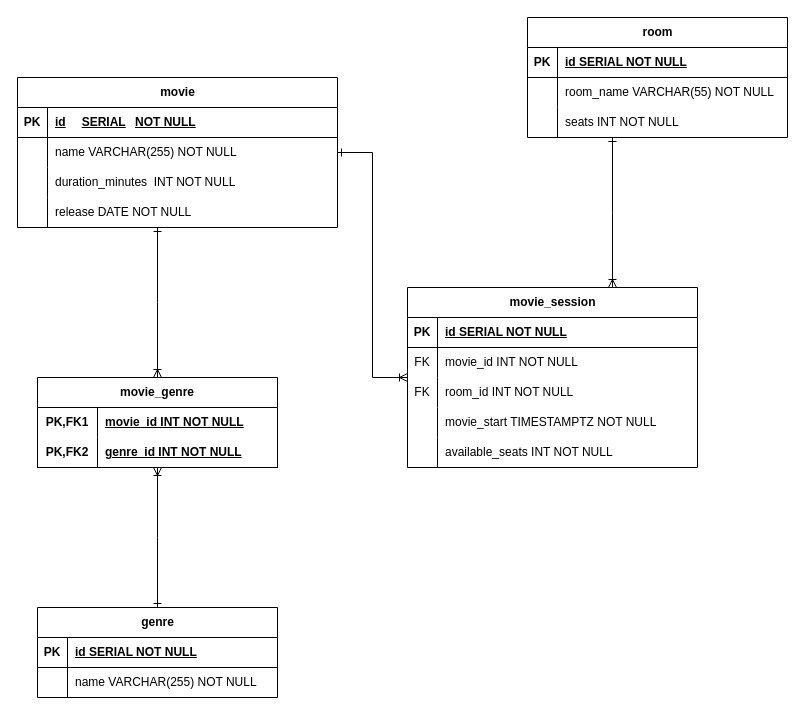
Before: page "Página-2" (2 of 2) of Dev_connect.drawio in Mateus2611/PlooCinema.WebApi, a draw.io diagram. Source tidied: cells renumbered, new cells numbered last; positions are measured from the earlier drawing's top-left corner, leaving out a move shared by most shapes. Both pictures are drawn from the tidied source at 100%, with x=0, y=0 at pixel (17, 17).
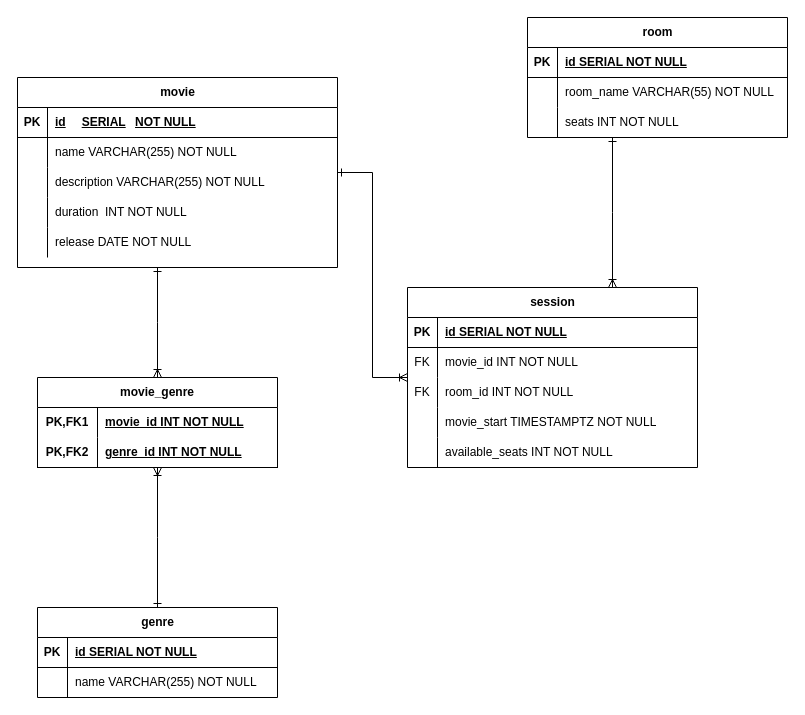
After the change.

Change to the diagram source:
```diff
@@
     <mxCell id="2" value="movie" style="shape=table;startSize=30;childLayout=tableLayout;rowLines=0;fontStyle=1;align=center;html=1;" parent="1" vertex="1">
-      <mxGeometry y="60" width="320" height="150" as="geometry" />
+      <mxGeometry y="60" width="320" height="190" as="geometry" />
     </mxCell>
@@
+    <mxCell id="59" style="shape=tableRow;horizontal=0;startSize=0;swimlaneHead=0;swimlaneBody=0;fillColor=none;top=0;left=0;right=0;bottom=0;" parent="2" vertex="1">
+      <mxGeometry y="90" width="320" height="30" as="geometry" />
+    </mxCell>
+    <mxCell id="60" style="shape=partialRectangle;fillColor=none;top=0;left=0;bottom=0;right=0;overflow=hidden;whiteSpace=wrap;html=1;" parent="59" vertex="1">
+      <mxGeometry width="30" height="30" as="geometry" />
+    </mxCell>
+    <mxCell id="61" value="description VARCHAR(255) NOT NULL" style="shape=partialRectangle;fillColor=none;top=0;left=0;bottom=0;right=0;align=left;spacingLeft=6;overflow=hidden;whiteSpace=wrap;html=1;" parent="59" vertex="1">
+      <mxGeometry x="30" width="290" height="30" as="geometry" />
+    </mxCell>
     <mxCell id="9" style="shape=tableRow;horizontal=0;startSize=0;swimlaneHead=0;swimlaneBody=0;fillColor=none;top=0;left=0;right=0;bottom=0;" parent="2" vertex="1">
-      <mxGeometry y="90" width="320" height="30" as="geometry" />
+      <mxGeometry y="120" width="320" height="30" as="geometry" />
     </mxCell>
@@
-    <mxCell id="11" value="duration_minutes&amp;nbsp; INT NOT NULL" style="shape=partialRectangle;fillColor=none;top=0;left=0;bottom=0;right=0;align=left;spacingLeft=6;overflow=hidden;whiteSpace=wrap;html=1;" parent="9" vertex="1">
+    <mxCell id="11" value="duration&amp;nbsp; INT NOT NULL" style="shape=partialRectangle;fillColor=none;top=0;left=0;bottom=0;right=0;align=left;spacingLeft=6;overflow=hidden;whiteSpace=wrap;html=1;" parent="9" vertex="1">
       <mxGeometry x="30" width="290" height="30" as="geometry" />
     </mxCell>
     <mxCell id="12" style="shape=tableRow;horizontal=0;startSize=0;swimlaneHead=0;swimlaneBody=0;fillColor=none;top=0;left=0;right=0;bottom=0;" parent="2" vertex="1">
-      <mxGeometry y="120" width="320" height="30" as="geometry" />
+      <mxGeometry y="150" width="320" height="30" as="geometry" />
     </mxCell>
@@
-    <mxCell id="25" value="movie_session" style="shape=table;startSize=30;childLayout=tableLayout;rowLines=0;fontStyle=1;align=center;html=1;" parent="1" vertex="1">
+    <mxCell id="25" value="session" style="shape=table;startSize=30;childLayout=tableLayout;rowLines=0;fontStyle=1;align=center;html=1;" parent="1" vertex="1">
       <mxGeometry x="390" y="270" width="290" height="180" as="geometry" />
     </mxCell>
```
